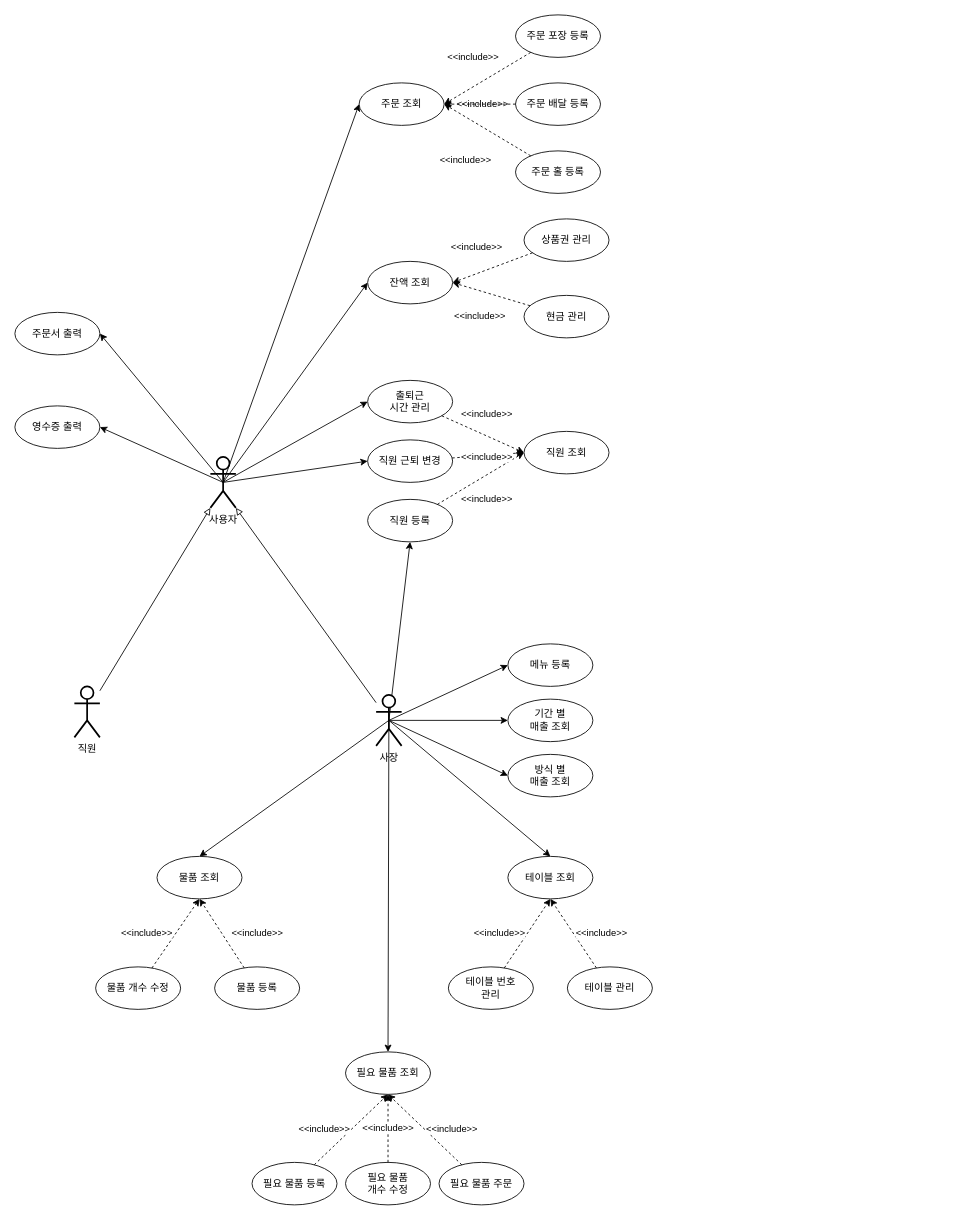
This is page "1. UseCase" (1 of 4) of Diagram/Use Case/Use Case v1.0.drawio from thelight0804/Design_pattern-Java, a draw.io file, before an edit. Source tidied: cells renumbered, new cells numbered last; positions are measured from the earlier drawing's top-left corner, leaving out a move shared by most shapes. Both pictures are drawn from the tidied source at 85%, with x=0, y=0 at pixel (14, 14).
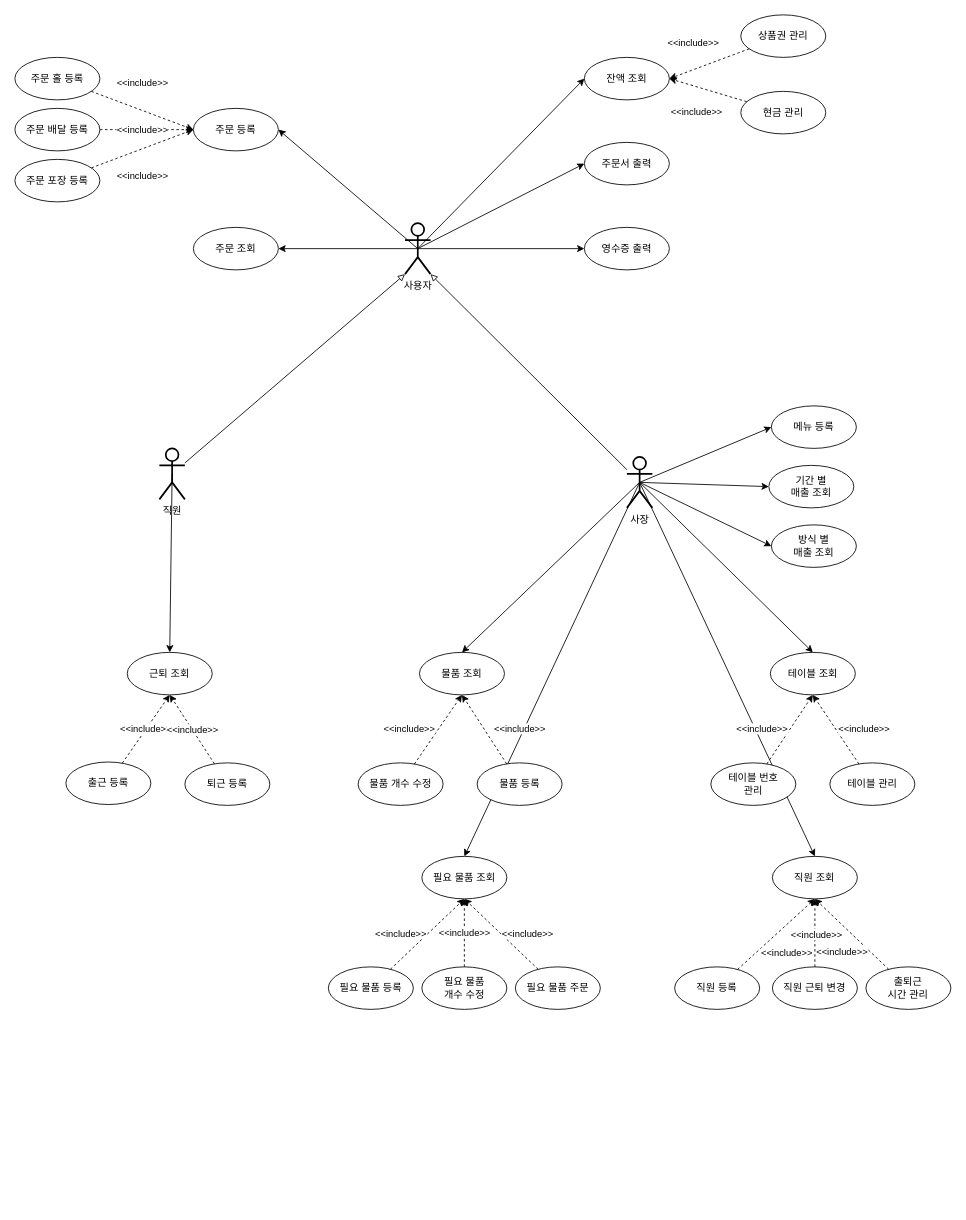
Above is the later version.

What changed in the source:
```diff
@@
+    <mxCell id="68" style="edgeStyle=none;rounded=0;jettySize=auto;html=1;exitX=0.5;exitY=0.5;exitDx=0;exitDy=0;exitPerimeter=0;entryX=0.5;entryY=0;entryDx=0;entryDy=0;" parent="1" edge="1" source="3" target="75">
+      <mxGeometry relative="1" as="geometry" />
+    </mxCell>
     <mxCell id="3" value="직원" style="shape=umlActor;verticalLabelPosition=bottom;verticalAlign=top;html=1;outlineConnect=0;strokeWidth=2;" parent="1" vertex="1">
-      <mxGeometry x="70" y="790" width="30" height="60" as="geometry" />
+      <mxGeometry x="170" y="510" width="30" height="60" as="geometry" />
     </mxCell>
@@
-    <mxCell id="11" style="edgeStyle=none;rounded=0;jettySize=auto;html=1;exitX=0.5;exitY=0.5;exitDx=0;exitDy=0;exitPerimeter=0;entryX=0.5;entryY=1;entryDx=0;entryDy=0;" parent="1" edge="1" source="12" target="61">
-      <mxGeometry relative="1" as="geometry" />
-    </mxCell>
+    <mxCell id="69" style="rounded=0;jettySize=auto;html=1;exitX=0.5;exitY=0.5;exitDx=0;exitDy=0;exitPerimeter=0;entryX=0.5;entryY=0;entryDx=0;entryDy=0;" parent="1" edge="1" source="12" target="64">
+      <mxGeometry relative="1" as="geometry" />
+    </mxCell>
     <mxCell id="12" value="사장" style="shape=umlActor;verticalLabelPosition=bottom;verticalAlign=top;html=1;outlineConnect=0;strokeWidth=2;" parent="1" vertex="1">
-      <mxGeometry x="425" y="800" width="30" height="60" as="geometry" />
+      <mxGeometry x="720" y="520" width="30" height="60" as="geometry" />
     </mxCell>
-    <mxCell id="13" style="edgeStyle=none;rounded=0;jettySize=auto;html=1;exitX=0.5;exitY=0.5;exitDx=0;exitDy=0;exitPerimeter=0;entryX=1;entryY=0.5;entryDx=0;entryDy=0;endArrow=classic;endFill=1;" parent="1" edge="1" source="19" target="44">
+    <mxCell id="13" style="edgeStyle=none;rounded=0;jettySize=auto;html=1;exitX=0.5;exitY=0.5;exitDx=0;exitDy=0;exitPerimeter=0;entryX=0;entryY=0.5;entryDx=0;entryDy=0;endArrow=classic;endFill=1;" parent="1" edge="1" source="19" target="44">
       <mxGeometry relative="1" as="geometry" />
     </mxCell>
-    <mxCell id="14" style="edgeStyle=none;rounded=0;jettySize=auto;html=1;exitX=0.5;exitY=0.5;exitDx=0;exitDy=0;exitPerimeter=0;entryX=1;entryY=0.5;entryDx=0;entryDy=0;endArrow=classic;endFill=1;" parent="1" edge="1" source="19" target="43">
+    <mxCell id="14" style="edgeStyle=none;rounded=0;jettySize=auto;html=1;exitX=0.5;exitY=0.5;exitDx=0;exitDy=0;exitPerimeter=0;entryX=0;entryY=0.5;entryDx=0;entryDy=0;endArrow=classic;endFill=1;" parent="1" edge="1" source="19" target="43">
       <mxGeometry relative="1" as="geometry" />
     </mxCell>
-    <mxCell id="15" style="edgeStyle=none;rounded=0;jettySize=auto;html=1;exitX=0.5;exitY=0.5;exitDx=0;exitDy=0;exitPerimeter=0;entryX=0;entryY=0.5;entryDx=0;entryDy=0;endArrow=classic;endFill=1;" parent="1" edge="1" source="19" target="55">
+    <mxCell id="15" style="edgeStyle=none;rounded=0;jettySize=auto;html=1;exitX=0.5;exitY=0.5;exitDx=0;exitDy=0;exitPerimeter=0;entryX=1;entryY=0.5;entryDx=0;entryDy=0;endArrow=classic;endFill=1;" parent="1" edge="1" source="19" target="55">
       <mxGeometry relative="1" as="geometry" />
     </mxCell>
@@
-    <mxCell id="17" style="rounded=0;jettySize=auto;html=1;exitX=0.5;exitY=0.5;exitDx=0;exitDy=0;exitPerimeter=0;entryX=0;entryY=0.5;entryDx=0;entryDy=0;" parent="1" edge="1" source="19" target="62">
-      <mxGeometry relative="1" as="geometry" />
-    </mxCell>
-    <mxCell id="18" style="edgeStyle=none;rounded=0;jettySize=auto;html=1;exitX=0.5;exitY=0.5;exitDx=0;exitDy=0;exitPerimeter=0;entryX=0;entryY=0.5;entryDx=0;entryDy=0;" parent="1" edge="1" source="19" target="63">
-      <mxGeometry relative="1" as="geometry" />
-    </mxCell>
+    <mxCell id="70" style="edgeStyle=none;rounded=0;jettySize=auto;html=1;exitX=0.5;exitY=0.5;exitDx=0;exitDy=0;exitPerimeter=0;entryX=1;entryY=0.5;entryDx=0;entryDy=0;" parent="1" edge="1" source="19" target="71">
+      <mxGeometry relative="1" as="geometry" />
+    </mxCell>
     <mxCell id="19" value="사용자" style="shape=umlActor;verticalLabelPosition=bottom;verticalAlign=top;html=1;outlineConnect=0;strokeWidth=2;" parent="1" vertex="1">
-      <mxGeometry x="230" y="520" width="30" height="60" as="geometry" />
+      <mxGeometry x="459" y="245" width="30" height="60" as="geometry" />
     </mxCell>
     <mxCell id="20" value="&lt;font color=&quot;#000000&quot;&gt;메뉴 등록&lt;/font&gt;" style="ellipse;whiteSpace=wrap;html=1;fontColor=#B9E0A5;strokeColor=#000000;strokeWidth=1;" parent="1" vertex="1">
-      <mxGeometry x="580" y="740" width="100" height="50" as="geometry" />
+      <mxGeometry x="890" y="460" width="100" height="50" as="geometry" />
     </mxCell>
     <mxCell id="21" value="&lt;font color=&quot;#000000&quot;&gt;기간 별&lt;br&gt;매출 조회&lt;br&gt;&lt;/font&gt;" style="ellipse;whiteSpace=wrap;html=1;fontColor=#B9E0A5;strokeColor=#000000;strokeWidth=1;" parent="1" vertex="1">
-      <mxGeometry x="580" y="805" width="100" height="50" as="geometry" />
+      <mxGeometry x="887" y="530" width="100" height="50" as="geometry" />
     </mxCell>
     <mxCell id="22" value="&lt;font color=&quot;#000000&quot;&gt;방식 별&lt;br&gt;매출 조회&lt;br&gt;&lt;/font&gt;" style="ellipse;whiteSpace=wrap;html=1;fontColor=#B9E0A5;strokeColor=#000000;strokeWidth=1;" parent="1" vertex="1">
-      <mxGeometry x="580" y="870" width="100" height="50" as="geometry" />
+      <mxGeometry x="890" y="600" width="100" height="50" as="geometry" />
     </mxCell>
     <mxCell id="23" style="group;" parent="1" vertex="1">
-      <mxGeometry x="95" y="990" width="240" height="180" as="geometry" />
+      <mxGeometry x="403.8" y="750" width="240" height="180" as="geometry" />
     </mxCell>
@@
     <mxCell id="29" style="group;" parent="1" vertex="1">
-      <mxGeometry x="510" y="990" width="240" height="180" as="geometry" />
+      <mxGeometry x="818.8" y="750" width="240" height="180" as="geometry" />
     </mxCell>
@@
     <mxCell id="35" style="group;" parent="1" vertex="1">
-      <mxGeometry x="279" y="1220" width="320" height="180" as="geometry" />
+      <mxGeometry x="368.8" y="990" width="320" height="180" as="geometry" />
     </mxCell>
@@
     <mxCell id="43" value="&lt;font color=&quot;#000000&quot;&gt;주문서 출력&lt;/font&gt;" style="ellipse;whiteSpace=wrap;html=1;fontColor=#B9E0A5;strokeColor=#000000;strokeWidth=1;" parent="1" vertex="1">
-      <mxGeometry y="350" width="100" height="50" as="geometry" />
+      <mxGeometry x="670" y="150" width="100" height="50" as="geometry" />
     </mxCell>
     <mxCell id="44" value="&lt;font color=&quot;#000000&quot;&gt;영수증 출력&lt;/font&gt;" style="ellipse;whiteSpace=wrap;html=1;fontColor=#B9E0A5;strokeColor=#000000;strokeWidth=1;" parent="1" vertex="1">
-      <mxGeometry y="460" width="100" height="50" as="geometry" />
+      <mxGeometry x="670" y="250" width="100" height="50" as="geometry" />
     </mxCell>
     <mxCell id="45" style="group;" parent="1" vertex="1">
-      <mxGeometry x="415" y="240" width="284" height="140" as="geometry" />
+      <mxGeometry x="670" width="284" height="140" as="geometry" />
     </mxCell>
@@
-    <mxCell id="51" style="group;" parent="1" vertex="1">
-      <mxGeometry x="405" width="284" height="210" as="geometry" />
-    </mxCell>
-    <mxCell id="52" value="&lt;font color=&quot;#000000&quot;&gt;주문 홀 등록&lt;/font&gt;" style="ellipse;whiteSpace=wrap;html=1;fontColor=#B9E0A5;strokeColor=#000000;strokeWidth=1;" parent="51" vertex="1">
-      <mxGeometry x="184" y="160" width="100" height="50" as="geometry" />
-    </mxCell>
-    <mxCell id="53" value="&lt;font color=&quot;#000000&quot;&gt;주문 배달 등록&lt;/font&gt;" style="ellipse;whiteSpace=wrap;html=1;fontColor=#B9E0A5;strokeColor=#000000;strokeWidth=1;" parent="51" vertex="1">
-      <mxGeometry x="184" y="80" width="100" height="50" as="geometry" />
-    </mxCell>
-    <mxCell id="54" value="&lt;font color=&quot;#000000&quot;&gt;주문 포장 등록&lt;/font&gt;" style="ellipse;whiteSpace=wrap;html=1;fontColor=#B9E0A5;strokeColor=#000000;strokeWidth=1;" parent="51" vertex="1">
-      <mxGeometry x="184" width="100" height="50" as="geometry" />
-    </mxCell>
-    <mxCell id="55" value="&lt;font color=&quot;#000000&quot;&gt;주문 조회&lt;/font&gt;" style="ellipse;whiteSpace=wrap;html=1;fontColor=#B9E0A5;strokeColor=#000000;strokeWidth=1;" parent="51" vertex="1">
-      <mxGeometry y="80" width="100" height="50" as="geometry" />
-    </mxCell>
-    <mxCell id="56" style="edgeStyle=none;rounded=0;jettySize=auto;html=1;endArrow=classic;endFill=1;dashed=1;entryX=1;entryY=0.5;entryDx=0;entryDy=0;" parent="51" edge="1" source="52" target="55">
-      <mxGeometry relative="1" as="geometry" />
-    </mxCell>
-    <mxCell id="57" value="&amp;lt;&amp;lt;include&amp;gt;&amp;gt;" style="edgeLabel;html=1;align=center;verticalAlign=middle;" parent="56" vertex="1">
-      <mxGeometry x="0.32" y="-1" relative="1" as="geometry">
-        <mxPoint x="9" y="-20" as="offset" />
-      </mxGeometry>
-    </mxCell>
-    <mxCell id="58" value="&amp;lt;&amp;lt;include&amp;gt;&amp;gt;" style="edgeStyle=none;rounded=0;jettySize=auto;html=1;entryX=1;entryY=0.5;entryDx=0;entryDy=0;dashed=1;endArrow=classic;endFill=1;" parent="51" edge="1" source="54" target="55">
-      <mxGeometry x="0.03" y="-30" relative="1" as="geometry" />
-    </mxCell>
-    <mxCell id="59" style="edgeStyle=none;rounded=0;jettySize=auto;html=1;dashed=1;endArrow=classic;endFill=1;entryX=1;entryY=0.5;entryDx=0;entryDy=0;" parent="51" edge="1" source="53" target="55">
-      <mxGeometry relative="1" as="geometry">
-        <Array as="points">
-          <mxPoint x="149" y="105" />
-        </Array>
-      </mxGeometry>
-    </mxCell>
-    <mxCell id="60" value="&amp;lt;&amp;lt;include&amp;gt;&amp;gt;" style="edgeLabel;html=1;align=center;verticalAlign=middle;" parent="59" vertex="1">
-      <mxGeometry x="-0.52" relative="1" as="geometry">
-        <mxPoint x="-40" y="65" as="offset" />
-      </mxGeometry>
-    </mxCell>
+    <mxCell id="71" value="&lt;font color=&quot;#000000&quot;&gt;주문 조회&lt;/font&gt;" style="ellipse;whiteSpace=wrap;html=1;fontColor=#B9E0A5;strokeColor=#000000;strokeWidth=1;" parent="1" vertex="1">
+      <mxGeometry x="210" y="250" width="100" height="50" as="geometry" />
+    </mxCell>
+    <mxCell id="72" style="group;" parent="1" vertex="1">
+      <mxGeometry x="776.2" y="990" width="325" height="180" as="geometry" />
+    </mxCell>
-    <mxCell id="61" value="&lt;font color=&quot;#000000&quot;&gt;직원 등록&lt;/font&gt;" style="ellipse;whiteSpace=wrap;html=1;fontColor=#B9E0A5;strokeColor=#000000;strokeWidth=1;" parent="1" vertex="1">
-      <mxGeometry x="415" y="570" width="100" height="50" as="geometry" />
+    <mxCell id="61" value="&lt;font color=&quot;#000000&quot;&gt;직원 등록&lt;/font&gt;" style="ellipse;whiteSpace=wrap;html=1;fontColor=#B9E0A5;strokeColor=#000000;strokeWidth=1;" parent="72" vertex="1">
+      <mxGeometry y="130" width="100" height="50" as="geometry" />
     </mxCell>
-    <mxCell id="62" value="&lt;font color=&quot;#000000&quot;&gt;출퇴근&lt;br&gt;시간 관리&lt;br&gt;&lt;/font&gt;" style="ellipse;whiteSpace=wrap;html=1;fontColor=#B9E0A5;strokeColor=#000000;strokeWidth=1;" parent="1" vertex="1">
-      <mxGeometry x="415" y="430" width="100" height="50" as="geometry" />
+    <mxCell id="62" value="&lt;font color=&quot;#000000&quot;&gt;출퇴근&lt;br&gt;시간 관리&lt;br&gt;&lt;/font&gt;" style="ellipse;whiteSpace=wrap;html=1;fontColor=#B9E0A5;strokeColor=#000000;strokeWidth=1;" parent="72" vertex="1">
+      <mxGeometry x="225" y="130" width="100" height="50" as="geometry" />
     </mxCell>
-    <mxCell id="63" value="&lt;font color=&quot;#000000&quot;&gt;직원 근퇴 변경&lt;/font&gt;" style="ellipse;whiteSpace=wrap;html=1;fontColor=#B9E0A5;strokeColor=#000000;strokeWidth=1;" parent="1" vertex="1">
-      <mxGeometry x="415" y="500" width="100" height="50" as="geometry" />
+    <mxCell id="63" value="&lt;font color=&quot;#000000&quot;&gt;직원 근퇴 변경&lt;/font&gt;" style="ellipse;whiteSpace=wrap;html=1;fontColor=#B9E0A5;strokeColor=#000000;strokeWidth=1;" parent="72" vertex="1">
+      <mxGeometry x="115" y="130" width="100" height="50" as="geometry" />
     </mxCell>
-    <mxCell id="64" value="&lt;font color=&quot;#000000&quot;&gt;직원 조회&lt;/font&gt;" style="ellipse;whiteSpace=wrap;html=1;fontColor=#B9E0A5;strokeColor=#000000;strokeWidth=1;" parent="1" vertex="1">
-      <mxGeometry x="599" y="490" width="100" height="50" as="geometry" />
+    <mxCell id="64" value="&lt;font color=&quot;#000000&quot;&gt;직원 조회&lt;/font&gt;" style="ellipse;whiteSpace=wrap;html=1;fontColor=#B9E0A5;strokeColor=#000000;strokeWidth=1;" parent="72" vertex="1">
+      <mxGeometry x="115" width="100" height="50" as="geometry" />
     </mxCell>
-    <mxCell id="65" value="&amp;lt;&amp;lt;include&amp;gt;&amp;gt;" style="edgeStyle=none;rounded=0;jettySize=auto;html=1;entryX=0;entryY=0.5;entryDx=0;entryDy=0;dashed=1;endArrow=classic;endFill=1;" parent="1" edge="1" source="61" target="64">
+    <mxCell id="65" value="&amp;lt;&amp;lt;include&amp;gt;&amp;gt;" style="edgeStyle=none;rounded=0;jettySize=auto;html=1;entryX=0.5;entryY=1;entryDx=0;entryDy=0;dashed=1;endArrow=classic;endFill=1;" parent="72" edge="1" source="61" target="64">
       <mxGeometry x="-0.11" y="-25" relative="1" as="geometry" />
     </mxCell>
-    <mxCell id="66" value="&amp;lt;&amp;lt;include&amp;gt;&amp;gt;" style="edgeStyle=none;rounded=0;jettySize=auto;html=1;entryX=0;entryY=0.5;entryDx=0;entryDy=0;dashed=1;endArrow=classic;endFill=1;" parent="1" edge="1" source="62" target="64">
+    <mxCell id="66" value="&amp;lt;&amp;lt;include&amp;gt;&amp;gt;" style="edgeStyle=none;rounded=0;jettySize=auto;html=1;entryX=0.5;entryY=1;entryDx=0;entryDy=0;dashed=1;endArrow=classic;endFill=1;" parent="72" edge="1" source="62" target="64">
       <mxGeometry x="-0.1" y="23" relative="1" as="geometry" />
     </mxCell>
-    <mxCell id="67" value="&amp;lt;&amp;lt;include&amp;gt;&amp;gt;" style="edgeStyle=none;rounded=0;jettySize=auto;html=1;entryX=0;entryY=0.5;entryDx=0;entryDy=0;dashed=1;endArrow=classic;endFill=1;" parent="1" edge="1" source="63" target="64">
+    <mxCell id="67" value="&amp;lt;&amp;lt;include&amp;gt;&amp;gt;" style="edgeStyle=none;rounded=0;jettySize=auto;html=1;entryX=0.5;entryY=1;entryDx=0;entryDy=0;dashed=1;endArrow=classic;endFill=1;" parent="72" edge="1" source="63" target="64">
       <mxGeometry x="-0.04" y="-2" relative="1" as="geometry" />
     </mxCell>
+    <mxCell id="73" style="group;" parent="1" vertex="1">
+      <mxGeometry x="60" y="750" width="240" height="180" as="geometry" />
+    </mxCell>
+    <mxCell id="74" value="&lt;font color=&quot;#000000&quot;&gt;출근 등록&lt;br&gt;&lt;/font&gt;" style="ellipse;whiteSpace=wrap;html=1;fontColor=#B9E0A5;strokeColor=#000000;strokeWidth=1;" parent="73" vertex="1">
+      <mxGeometry y="129" width="100" height="50" as="geometry" />
+    </mxCell>
+    <mxCell id="75" value="&lt;font color=&quot;#000000&quot;&gt;근퇴 조회&lt;/font&gt;" style="ellipse;whiteSpace=wrap;html=1;fontColor=#B9E0A5;strokeColor=#000000;strokeWidth=1;" parent="73" vertex="1">
+      <mxGeometry x="72.2" width="100" height="50" as="geometry" />
+    </mxCell>
+    <mxCell id="76" value="&lt;font color=&quot;#000000&quot;&gt;퇴근 등록&lt;br&gt;&lt;/font&gt;" style="ellipse;whiteSpace=wrap;html=1;fontColor=#B9E0A5;strokeColor=#000000;strokeWidth=1;" parent="73" vertex="1">
+      <mxGeometry x="140" y="130" width="100" height="50" as="geometry" />
+    </mxCell>
+    <mxCell id="77" value="&amp;lt;&amp;lt;include&amp;gt;&amp;gt;" style="edgeStyle=none;rounded=0;jettySize=auto;html=1;entryX=0.5;entryY=1;entryDx=0;entryDy=0;dashed=1;" parent="73" edge="1" source="74" target="75">
+      <mxGeometry relative="1" as="geometry" />
+    </mxCell>
+    <mxCell id="78" value="&amp;lt;&amp;lt;include&amp;gt;&amp;gt;" style="edgeStyle=none;rounded=0;jettySize=auto;html=1;entryX=0.5;entryY=1;entryDx=0;entryDy=0;dashed=1;" parent="73" edge="1" source="76" target="75">
+      <mxGeometry relative="1" as="geometry" />
+    </mxCell>
+    <mxCell id="79" style="group;" parent="1" vertex="1">
+      <mxGeometry y="50" width="310" height="170" as="geometry" />
+    </mxCell>
+    <mxCell id="52" value="&lt;font color=&quot;#000000&quot;&gt;주문 홀 등록&lt;/font&gt;" style="ellipse;whiteSpace=wrap;html=1;fontColor=#B9E0A5;strokeColor=#000000;strokeWidth=1;" parent="79" vertex="1">
+      <mxGeometry width="100" height="50" as="geometry" />
+    </mxCell>
+    <mxCell id="54" value="&lt;font color=&quot;#000000&quot;&gt;주문 포장 등록&lt;/font&gt;" style="ellipse;whiteSpace=wrap;html=1;fontColor=#B9E0A5;strokeColor=#000000;strokeWidth=1;" parent="79" vertex="1">
+      <mxGeometry y="120" width="100" height="50" as="geometry" />
+    </mxCell>
+    <mxCell id="53" value="&lt;font color=&quot;#000000&quot;&gt;주문 배달 등록&lt;/font&gt;" style="ellipse;whiteSpace=wrap;html=1;fontColor=#B9E0A5;strokeColor=#000000;strokeWidth=1;" parent="79" vertex="1">
+      <mxGeometry y="60" width="100" height="50" as="geometry" />
+    </mxCell>
+    <mxCell id="56" style="edgeStyle=none;rounded=0;jettySize=auto;html=1;endArrow=classic;endFill=1;dashed=1;entryX=0;entryY=0.5;entryDx=0;entryDy=0;" parent="79" edge="1" source="52" target="55">
+      <mxGeometry relative="1" as="geometry" />
+    </mxCell>
+    <mxCell id="57" value="&amp;lt;&amp;lt;include&amp;gt;&amp;gt;" style="edgeLabel;html=1;align=center;verticalAlign=middle;" parent="56" vertex="1">
+      <mxGeometry x="0.32" y="-1" relative="1" as="geometry">
+        <mxPoint x="-20" y="-41" as="offset" />
+      </mxGeometry>
+    </mxCell>
+    <mxCell id="58" value="&amp;lt;&amp;lt;include&amp;gt;&amp;gt;" style="edgeStyle=none;rounded=0;jettySize=auto;html=1;entryX=0;entryY=0.5;entryDx=0;entryDy=0;dashed=1;endArrow=classic;endFill=1;" parent="79" edge="1" source="54" target="55">
+      <mxGeometry x="-0.18" y="-30" relative="1" as="geometry" />
+    </mxCell>
+    <mxCell id="55" value="&lt;font color=&quot;#000000&quot;&gt;주문 등록&lt;/font&gt;" style="ellipse;whiteSpace=wrap;html=1;fontColor=#B9E0A5;strokeColor=#000000;strokeWidth=1;" parent="79" vertex="1">
+      <mxGeometry x="210" y="60" width="100" height="50" as="geometry" />
+    </mxCell>
+    <mxCell id="59" value="&amp;lt;&amp;lt;include&amp;gt;&amp;gt;" style="edgeStyle=none;rounded=0;jettySize=auto;html=1;entryX=0;entryY=0.5;entryDx=0;entryDy=0;dashed=1;" parent="79" edge="1" source="53" target="55">
+      <mxGeometry x="-0.09" relative="1" as="geometry" />
+    </mxCell>
```
